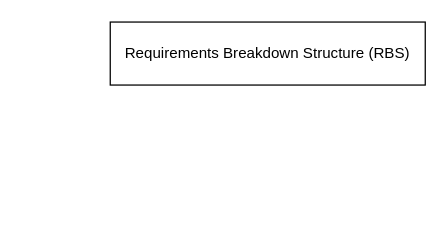
OMEN-Watson/CodeExercises keeps this draw.io diagram as DrawIo/groupAssignment.drawio. Above is the earlier version. Source tidied: cells renumbered, new cells numbered last; positions are measured from the earlier drawing's top-left corner, leaving out a move shared by most shapes. Both pictures are drawn from the tidied source at 126%, with x=0, y=0 at pixel (110, 21).
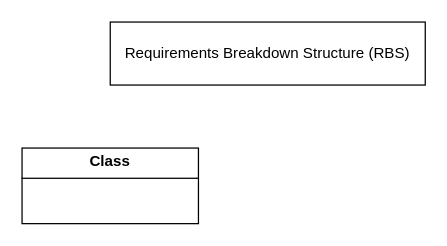
The same diagram, later.

Diff of the diagram source:
```diff
@@
 <mxGraphModel>
   <root>
     <mxCell id="0" />
     <mxCell id="1" parent="0" />
     <mxCell id="2" value="Requirements Breakdown Structure (RBS)" style="html=1;whiteSpace=wrap;" parent="1" vertex="1">
       <mxGeometry width="250" height="50" as="geometry" />
     </mxCell>
+    <mxCell id="3" value="&lt;p style=&quot;margin:0px;margin-top:4px;text-align:center;&quot;&gt;&lt;b&gt;Class&lt;/b&gt;&lt;/p&gt;&lt;hr size=&quot;1&quot; style=&quot;border-style:solid;&quot;/&gt;&lt;div style=&quot;height:2px;&quot;&gt;&lt;/div&gt;" style="verticalAlign=top;align=left;overflow=fill;html=1;whiteSpace=wrap;" parent="1" vertex="1">
+      <mxGeometry x="-70" y="100" width="140" height="60" as="geometry" />
+    </mxCell>
   </root>
 </mxGraphModel>
```
